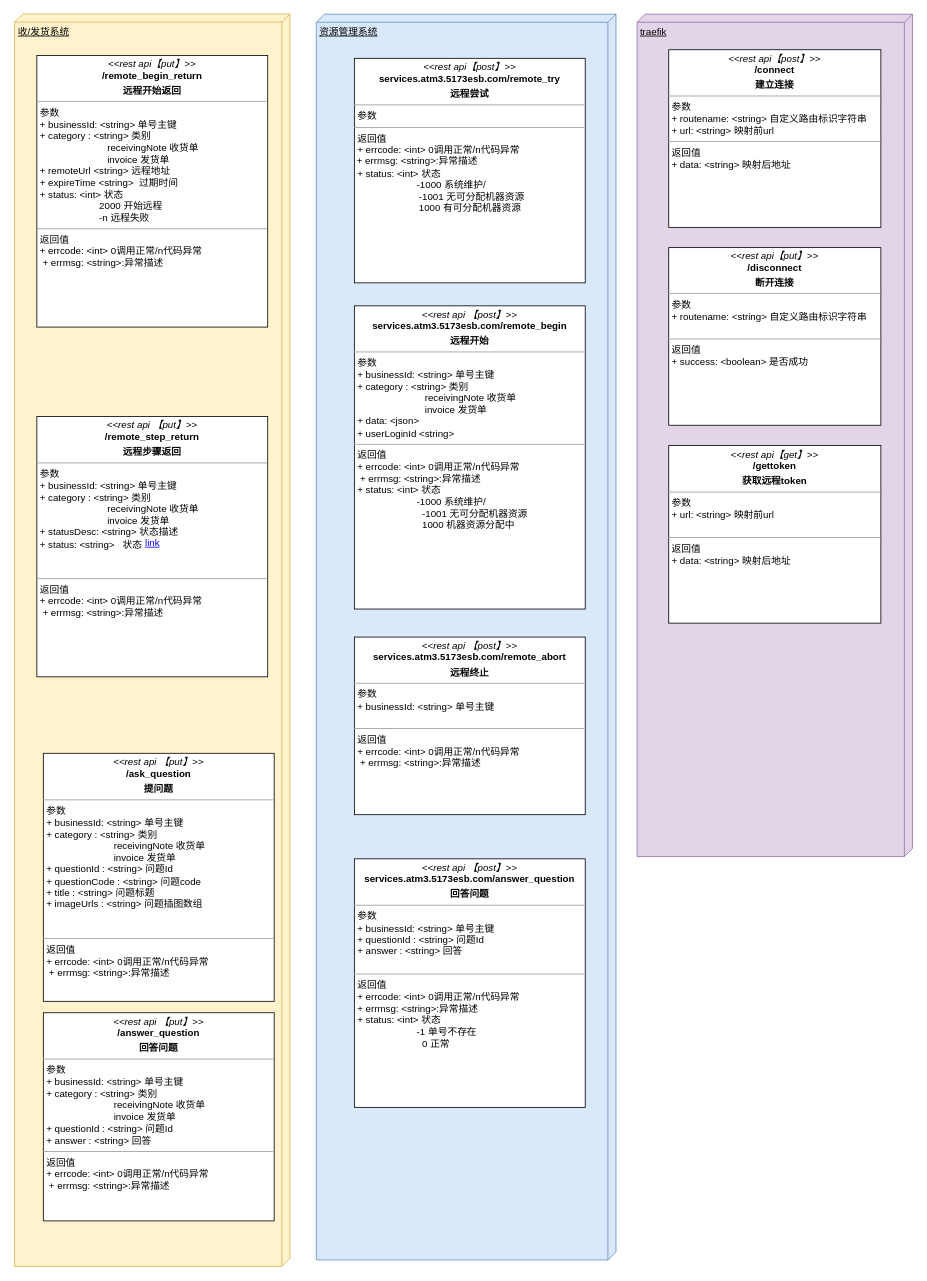
Before: 接口.drawio in yelisheng/atm-design, a draw.io diagram. Source tidied: cells renumbered, new cells numbered last; positions are measured from the earlier drawing's top-left corner, leaving out a move shared by most shapes. Both pictures are drawn from the tidied source at 81%, with x=0, y=0 at pixel (14, 14).
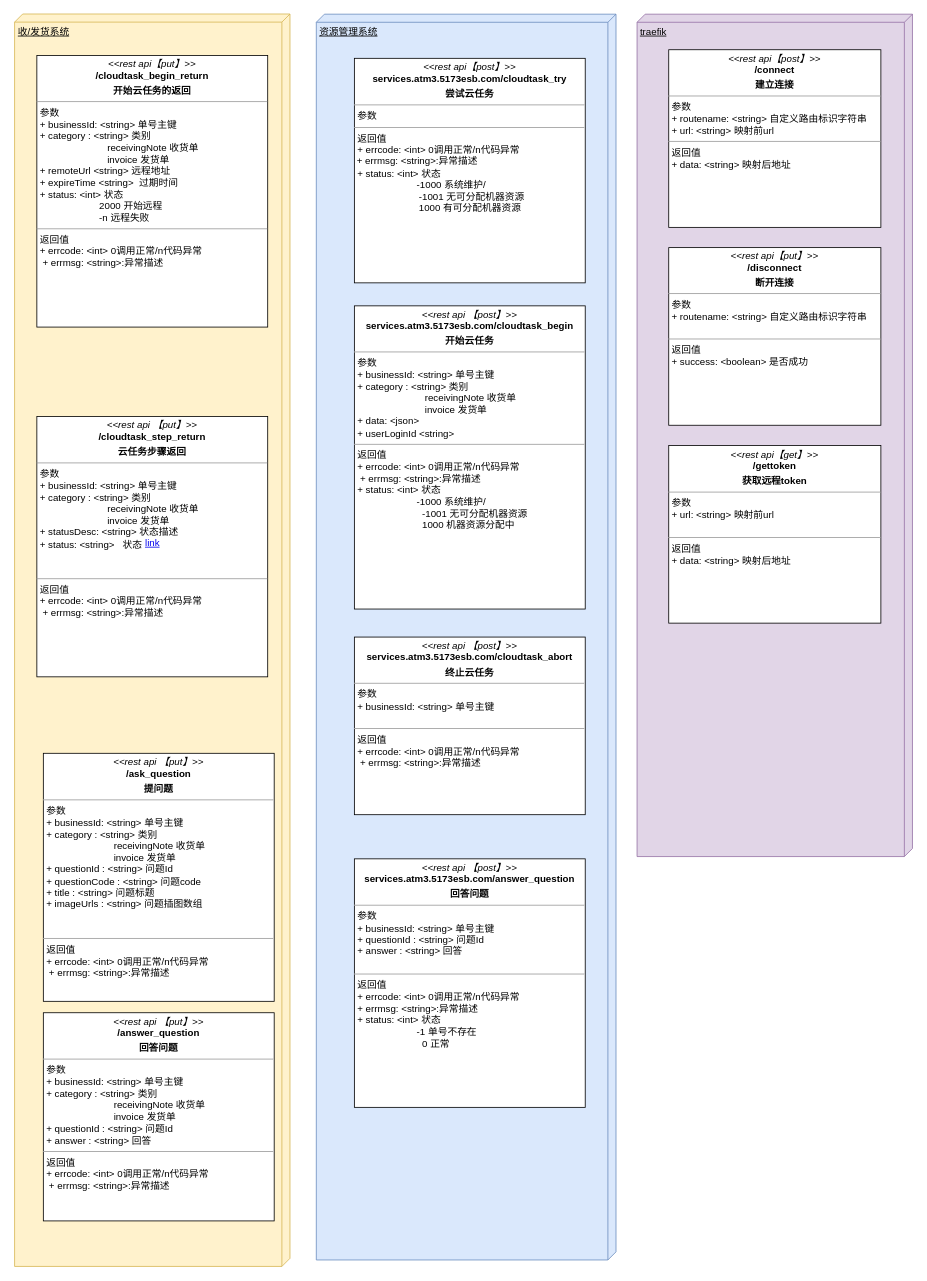
Above is the later version.

The change refers to these unchanged cells:
```xml
<mxCell id="6" style="group;" parent="1" vertex="1">
  <mxGeometry x="8" y="44" width="340" height="1496" as="geometry" />
</mxCell>
<mxCell id="12" style="group;" parent="1" vertex="1">
  <mxGeometry x="373" width="370" height="1540" as="geometry" />
</mxCell>
```

The edit, as a diff of the source:
```diff
@@
-    <mxCell id="7" value="&lt;p style=&quot;margin: 0px ; margin-top: 4px ; text-align: center&quot;&gt;&lt;i&gt;&amp;lt;&amp;lt;rest api【put】&amp;gt;&amp;gt;&lt;/i&gt;&lt;br&gt;&lt;b&gt;/remote_begin_return&lt;/b&gt;&lt;/p&gt;&lt;p style=&quot;margin: 0px ; margin-top: 4px ; text-align: center&quot;&gt;&lt;b&gt;远程开始返回&lt;/b&gt;&lt;/p&gt;&lt;hr size=&quot;1&quot;&gt;&lt;p style=&quot;margin: 0px ; margin-left: 4px&quot;&gt;参数&lt;/p&gt;&lt;p style=&quot;margin: 0px 0px 0px 4px&quot;&gt;+ businessId: &amp;lt;string&amp;gt; 单号主键&lt;/p&gt;&lt;p style=&quot;margin: 0px 0px 0px 4px&quot;&gt;+ category : &amp;lt;string&amp;gt; 类别&amp;nbsp;&lt;/p&gt;&lt;p style=&quot;margin: 0px 0px 0px 4px&quot;&gt;&amp;nbsp; &amp;nbsp; &amp;nbsp; &amp;nbsp; &amp;nbsp; &amp;nbsp; &amp;nbsp; &amp;nbsp; &amp;nbsp; &amp;nbsp; &amp;nbsp; &amp;nbsp; &amp;nbsp;receivingNote 收货单&lt;/p&gt;&lt;p style=&quot;margin: 0px 0px 0px 4px&quot;&gt;&amp;nbsp; &amp;nbsp; &amp;nbsp; &amp;nbsp; &amp;nbsp; &amp;nbsp; &amp;nbsp; &amp;nbsp; &amp;nbsp; &amp;nbsp; &amp;nbsp; &amp;nbsp; &amp;nbsp;invoice 发货单&lt;/p&gt;&lt;p style=&quot;margin: 0px 0px 0px 4px&quot;&gt;+ remoteUrl &amp;lt;string&amp;gt; 远程地址&lt;/p&gt;&lt;p style=&quot;margin: 0px 0px 0px 4px&quot;&gt;+ expireTime &amp;lt;string&amp;gt;&amp;nbsp; 过期时间&lt;/p&gt;&lt;p style=&quot;margin: 0px 0px 0px 4px&quot;&gt;+ status:&lt;span&gt;&amp;nbsp;&lt;/span&gt;&lt;span&gt;&amp;lt;int&amp;gt; 状态&amp;nbsp;&lt;/span&gt;&lt;/p&gt;&lt;p style=&quot;margin: 0px 0px 0px 4px&quot;&gt;&lt;span style=&quot;font-family: , , &amp;#34;pingfang sc&amp;#34; , &amp;#34;helvetica&amp;#34; , &amp;#34;tahoma&amp;#34; , &amp;#34;arial&amp;#34; , &amp;#34;hiragino sans gb&amp;#34; , &amp;#34;microsoft yahei&amp;#34; , &amp;#34;simsun&amp;#34; , &amp;#34;heiti&amp;#34; , sans-serif ; white-space: pre-wrap ; background-color: rgb(255 , 255 , 255)&quot;&gt;                      2000 开始远程&lt;/span&gt;&lt;span&gt;&lt;br&gt;&lt;/span&gt;&lt;/p&gt;&lt;p style=&quot;margin: 0px 0px 0px 4px&quot;&gt;&amp;nbsp; &amp;nbsp; &amp;nbsp; &amp;nbsp; &amp;nbsp; &amp;nbsp; &amp;nbsp; &amp;nbsp; &amp;nbsp; &amp;nbsp; &amp;nbsp; -n 远程失败&lt;/p&gt;&lt;hr size=&quot;1&quot;&gt;&lt;p style=&quot;margin: 0px ; margin-left: 4px&quot;&gt;返回值&lt;/p&gt;&lt;p style=&quot;margin: 0px 0px 0px 4px&quot;&gt;+ errcode: &amp;lt;int&amp;gt; 0调用正常/n代码异常&amp;nbsp;&lt;/p&gt;&lt;p style=&quot;margin: 0px ; margin-left: 4px&quot;&gt;&amp;nbsp;+&amp;nbsp;errmsg: &amp;lt;string&amp;gt;:异常描述&lt;br&gt;&lt;/p&gt;" style="verticalAlign=top;align=left;overflow=fill;fontSize=12;fontFamily=Helvetica;html=1;" parent="6" vertex="1">
+    <mxCell id="7" value="&lt;p style=&quot;margin: 0px ; margin-top: 4px ; text-align: center&quot;&gt;&lt;i&gt;&amp;lt;&amp;lt;rest api【put】&amp;gt;&amp;gt;&lt;/i&gt;&lt;br&gt;&lt;b&gt;/cloudtask_begin_return&lt;/b&gt;&lt;/p&gt;&lt;p style=&quot;margin: 0px ; margin-top: 4px ; text-align: center&quot;&gt;&lt;b&gt;开始云任务的返回&lt;/b&gt;&lt;/p&gt;&lt;hr size=&quot;1&quot;&gt;&lt;p style=&quot;margin: 0px ; margin-left: 4px&quot;&gt;参数&lt;/p&gt;&lt;p style=&quot;margin: 0px 0px 0px 4px&quot;&gt;+ businessId: &amp;lt;string&amp;gt; 单号主键&lt;/p&gt;&lt;p style=&quot;margin: 0px 0px 0px 4px&quot;&gt;+ category : &amp;lt;string&amp;gt; 类别&amp;nbsp;&lt;/p&gt;&lt;p style=&quot;margin: 0px 0px 0px 4px&quot;&gt;&amp;nbsp; &amp;nbsp; &amp;nbsp; &amp;nbsp; &amp;nbsp; &amp;nbsp; &amp;nbsp; &amp;nbsp; &amp;nbsp; &amp;nbsp; &amp;nbsp; &amp;nbsp; &amp;nbsp;receivingNote 收货单&lt;/p&gt;&lt;p style=&quot;margin: 0px 0px 0px 4px&quot;&gt;&amp;nbsp; &amp;nbsp; &amp;nbsp; &amp;nbsp; &amp;nbsp; &amp;nbsp; &amp;nbsp; &amp;nbsp; &amp;nbsp; &amp;nbsp; &amp;nbsp; &amp;nbsp; &amp;nbsp;invoice 发货单&lt;/p&gt;&lt;p style=&quot;margin: 0px 0px 0px 4px&quot;&gt;+ remoteUrl &amp;lt;string&amp;gt; 远程地址&lt;/p&gt;&lt;p style=&quot;margin: 0px 0px 0px 4px&quot;&gt;+ expireTime &amp;lt;string&amp;gt;&amp;nbsp; 过期时间&lt;/p&gt;&lt;p style=&quot;margin: 0px 0px 0px 4px&quot;&gt;+ status:&lt;span&gt;&amp;nbsp;&lt;/span&gt;&lt;span&gt;&amp;lt;int&amp;gt; 状态&amp;nbsp;&lt;/span&gt;&lt;/p&gt;&lt;p style=&quot;margin: 0px 0px 0px 4px&quot;&gt;&lt;span style=&quot;font-family: , , &amp;#34;pingfang sc&amp;#34; , &amp;#34;helvetica&amp;#34; , &amp;#34;tahoma&amp;#34; , &amp;#34;arial&amp;#34; , &amp;#34;hiragino sans gb&amp;#34; , &amp;#34;microsoft yahei&amp;#34; , &amp;#34;simsun&amp;#34; , &amp;#34;heiti&amp;#34; , sans-serif ; white-space: pre-wrap ; background-color: rgb(255 , 255 , 255)&quot;&gt;                      2000 开始远程&lt;/span&gt;&lt;span&gt;&lt;br&gt;&lt;/span&gt;&lt;/p&gt;&lt;p style=&quot;margin: 0px 0px 0px 4px&quot;&gt;&amp;nbsp; &amp;nbsp; &amp;nbsp; &amp;nbsp; &amp;nbsp; &amp;nbsp; &amp;nbsp; &amp;nbsp; &amp;nbsp; &amp;nbsp; &amp;nbsp; -n 远程失败&lt;/p&gt;&lt;hr size=&quot;1&quot;&gt;&lt;p style=&quot;margin: 0px ; margin-left: 4px&quot;&gt;返回值&lt;/p&gt;&lt;p style=&quot;margin: 0px 0px 0px 4px&quot;&gt;+ errcode: &amp;lt;int&amp;gt; 0调用正常/n代码异常&amp;nbsp;&lt;/p&gt;&lt;p style=&quot;margin: 0px ; margin-left: 4px&quot;&gt;&amp;nbsp;+&amp;nbsp;errmsg: &amp;lt;string&amp;gt;:异常描述&lt;br&gt;&lt;/p&gt;" style="verticalAlign=top;align=left;overflow=fill;fontSize=12;fontFamily=Helvetica;html=1;" parent="6" vertex="1">
       <mxGeometry x="20" y="7" width="285" height="335.3" as="geometry" />
     </mxCell>
-    <mxCell id="8" value="&lt;p style=&quot;margin: 0px ; margin-top: 4px ; text-align: center&quot;&gt;&lt;i&gt;&amp;lt;&amp;lt;rest api 【put】&amp;gt;&amp;gt;&lt;/i&gt;&lt;br&gt;&lt;b&gt;/remote_step_return&lt;/b&gt;&lt;/p&gt;&lt;p style=&quot;margin: 0px ; margin-top: 4px ; text-align: center&quot;&gt;&lt;b&gt;远程步骤返回&lt;/b&gt;&lt;/p&gt;&lt;hr size=&quot;1&quot;&gt;&lt;p style=&quot;margin: 0px ; margin-left: 4px&quot;&gt;参数&lt;/p&gt;&lt;p style=&quot;margin: 0px 0px 0px 4px&quot;&gt;+ businessId: &amp;lt;string&amp;gt; 单号主键&lt;/p&gt;&lt;p style=&quot;margin: 0px 0px 0px 4px&quot;&gt;+ category : &amp;lt;string&amp;gt; 类别&amp;nbsp;&lt;/p&gt;&lt;p style=&quot;margin: 0px 0px 0px 4px&quot;&gt;&amp;nbsp; &amp;nbsp; &amp;nbsp; &amp;nbsp; &amp;nbsp; &amp;nbsp; &amp;nbsp; &amp;nbsp; &amp;nbsp; &amp;nbsp; &amp;nbsp; &amp;nbsp; &amp;nbsp;receivingNote 收货单&lt;/p&gt;&lt;p style=&quot;margin: 0px 0px 0px 4px&quot;&gt;&amp;nbsp; &amp;nbsp; &amp;nbsp; &amp;nbsp; &amp;nbsp; &amp;nbsp; &amp;nbsp; &amp;nbsp; &amp;nbsp; &amp;nbsp; &amp;nbsp; &amp;nbsp; &amp;nbsp;invoice 发货单&lt;/p&gt;&lt;p style=&quot;margin: 0px 0px 0px 4px&quot;&gt;+ statusDesc: &amp;lt;string&amp;gt; 状态描述&lt;/p&gt;&lt;p style=&quot;margin: 0px 0px 0px 4px&quot;&gt;+ status: &amp;lt;string&amp;gt;&amp;nbsp; &amp;nbsp;状态&lt;/p&gt;&lt;p style=&quot;margin: 0px 0px 0px 4px&quot;&gt;&amp;nbsp; &amp;nbsp; &amp;nbsp; &amp;nbsp; &amp;nbsp; &amp;nbsp; &amp;nbsp; &amp;nbsp;&lt;/p&gt;&lt;p style=&quot;margin: 0px 0px 0px 4px&quot;&gt;&amp;nbsp; &amp;nbsp; &amp;nbsp; &amp;nbsp; &amp;nbsp; &amp;nbsp; &amp;nbsp; &amp;nbsp;&lt;/p&gt;&lt;hr size=&quot;1&quot;&gt;&lt;p style=&quot;margin: 0px ; margin-left: 4px&quot;&gt;返回值&lt;/p&gt;&lt;p style=&quot;margin: 0px 0px 0px 4px&quot;&gt;+ errcode: &amp;lt;int&amp;gt; 0调用正常/n代码异常&amp;nbsp;&lt;/p&gt;&lt;p style=&quot;margin: 0px 0px 0px 4px&quot;&gt;&amp;nbsp;+&amp;nbsp;errmsg: &amp;lt;string&amp;gt;:异常描述&lt;/p&gt;" style="verticalAlign=top;align=left;overflow=fill;fontSize=12;fontFamily=Helvetica;html=1;" parent="6" vertex="1">
+    <mxCell id="8" value="&lt;p style=&quot;margin: 0px ; margin-top: 4px ; text-align: center&quot;&gt;&lt;i&gt;&amp;lt;&amp;lt;rest api 【put】&amp;gt;&amp;gt;&lt;/i&gt;&lt;br&gt;&lt;b&gt;/cloudtask_step_return&lt;/b&gt;&lt;/p&gt;&lt;p style=&quot;margin: 0px ; margin-top: 4px ; text-align: center&quot;&gt;&lt;b&gt;云任务步骤返回&lt;/b&gt;&lt;/p&gt;&lt;hr size=&quot;1&quot;&gt;&lt;p style=&quot;margin: 0px ; margin-left: 4px&quot;&gt;参数&lt;/p&gt;&lt;p style=&quot;margin: 0px 0px 0px 4px&quot;&gt;+ businessId: &amp;lt;string&amp;gt; 单号主键&lt;/p&gt;&lt;p style=&quot;margin: 0px 0px 0px 4px&quot;&gt;+ category : &amp;lt;string&amp;gt; 类别&amp;nbsp;&lt;/p&gt;&lt;p style=&quot;margin: 0px 0px 0px 4px&quot;&gt;&amp;nbsp; &amp;nbsp; &amp;nbsp; &amp;nbsp; &amp;nbsp; &amp;nbsp; &amp;nbsp; &amp;nbsp; &amp;nbsp; &amp;nbsp; &amp;nbsp; &amp;nbsp; &amp;nbsp;receivingNote 收货单&lt;/p&gt;&lt;p style=&quot;margin: 0px 0px 0px 4px&quot;&gt;&amp;nbsp; &amp;nbsp; &amp;nbsp; &amp;nbsp; &amp;nbsp; &amp;nbsp; &amp;nbsp; &amp;nbsp; &amp;nbsp; &amp;nbsp; &amp;nbsp; &amp;nbsp; &amp;nbsp;invoice 发货单&lt;/p&gt;&lt;p style=&quot;margin: 0px 0px 0px 4px&quot;&gt;+ statusDesc: &amp;lt;string&amp;gt; 状态描述&lt;/p&gt;&lt;p style=&quot;margin: 0px 0px 0px 4px&quot;&gt;+ status: &amp;lt;string&amp;gt;&amp;nbsp; &amp;nbsp;状态&lt;/p&gt;&lt;p style=&quot;margin: 0px 0px 0px 4px&quot;&gt;&amp;nbsp; &amp;nbsp; &amp;nbsp; &amp;nbsp; &amp;nbsp; &amp;nbsp; &amp;nbsp; &amp;nbsp;&lt;/p&gt;&lt;p style=&quot;margin: 0px 0px 0px 4px&quot;&gt;&amp;nbsp; &amp;nbsp; &amp;nbsp; &amp;nbsp; &amp;nbsp; &amp;nbsp; &amp;nbsp; &amp;nbsp;&lt;/p&gt;&lt;hr size=&quot;1&quot;&gt;&lt;p style=&quot;margin: 0px ; margin-left: 4px&quot;&gt;返回值&lt;/p&gt;&lt;p style=&quot;margin: 0px 0px 0px 4px&quot;&gt;+ errcode: &amp;lt;int&amp;gt; 0调用正常/n代码异常&amp;nbsp;&lt;/p&gt;&lt;p style=&quot;margin: 0px 0px 0px 4px&quot;&gt;&amp;nbsp;+&amp;nbsp;errmsg: &amp;lt;string&amp;gt;:异常描述&lt;/p&gt;" style="verticalAlign=top;align=left;overflow=fill;fontSize=12;fontFamily=Helvetica;html=1;" parent="6" vertex="1">
       <mxGeometry x="20" y="452.8" width="285" height="321.3" as="geometry" />
     </mxCell>
@@
-    <mxCell id="14" value="&lt;p style=&quot;margin: 0px ; margin-top: 4px ; text-align: center&quot;&gt;&lt;i&gt;&amp;lt;&amp;lt;rest api【post】&amp;gt;&amp;gt;&lt;/i&gt;&lt;br&gt;&lt;b&gt;services.atm3.5173esb.com/remote_try&lt;/b&gt;&lt;/p&gt;&lt;p style=&quot;margin: 0px ; margin-top: 4px ; text-align: center&quot;&gt;&lt;b&gt;远程尝试&lt;/b&gt;&lt;/p&gt;&lt;hr size=&quot;1&quot;&gt;&lt;p style=&quot;margin: 0px ; margin-left: 4px&quot;&gt;参数&lt;/p&gt;&lt;hr size=&quot;1&quot;&gt;&lt;p style=&quot;margin: 0px ; margin-left: 4px&quot;&gt;返回值&lt;/p&gt;&lt;p style=&quot;margin: 0px ; margin-left: 4px&quot;&gt;+ errcode: &amp;lt;int&amp;gt; 0调用正常/n代码异常&amp;nbsp;&lt;/p&gt;&amp;nbsp;+&amp;nbsp;&lt;span&gt;errmsg: &amp;lt;string&amp;gt;:异常描述&lt;/span&gt;&lt;br&gt;&lt;p style=&quot;margin: 0px ; margin-left: 4px&quot;&gt;+ status: &amp;lt;int&amp;gt; 状态&amp;nbsp;&lt;/p&gt;&lt;p style=&quot;margin: 0px ; margin-left: 4px&quot;&gt;&amp;nbsp; &amp;nbsp; &amp;nbsp; &amp;nbsp; &amp;nbsp; &amp;nbsp; &amp;nbsp; &amp;nbsp; &amp;nbsp; &amp;nbsp; &amp;nbsp; -1000 系统维护/&lt;/p&gt;&amp;nbsp; &amp;nbsp; &amp;nbsp; &amp;nbsp; &amp;nbsp; &amp;nbsp; &amp;nbsp; &amp;nbsp; &amp;nbsp; &amp;nbsp; &amp;nbsp; &amp;nbsp; -1001 无可分配机器资源&lt;br&gt;&amp;nbsp; &amp;nbsp; &amp;nbsp; &amp;nbsp; &amp;nbsp; &amp;nbsp; &amp;nbsp; &amp;nbsp; &amp;nbsp; &amp;nbsp; &amp;nbsp; &amp;nbsp; 1000 有可分配机器资源&lt;br&gt;&lt;p style=&quot;margin: 0px ; margin-left: 4px&quot;&gt;&amp;nbsp;&amp;nbsp;&lt;/p&gt;" style="verticalAlign=top;align=left;overflow=fill;fontSize=12;fontFamily=Helvetica;html=1;" parent="12" vertex="1">
+    <mxCell id="14" value="&lt;p style=&quot;margin: 0px ; margin-top: 4px ; text-align: center&quot;&gt;&lt;i&gt;&amp;lt;&amp;lt;rest api【post】&amp;gt;&amp;gt;&lt;/i&gt;&lt;br&gt;&lt;b&gt;services.atm3.5173esb.com/cloudtask_try&lt;/b&gt;&lt;/p&gt;&lt;p style=&quot;margin: 0px ; margin-top: 4px ; text-align: center&quot;&gt;&lt;b&gt;尝试云任务&lt;/b&gt;&lt;/p&gt;&lt;hr size=&quot;1&quot;&gt;&lt;p style=&quot;margin: 0px ; margin-left: 4px&quot;&gt;参数&lt;/p&gt;&lt;hr size=&quot;1&quot;&gt;&lt;p style=&quot;margin: 0px ; margin-left: 4px&quot;&gt;返回值&lt;/p&gt;&lt;p style=&quot;margin: 0px ; margin-left: 4px&quot;&gt;+ errcode: &amp;lt;int&amp;gt; 0调用正常/n代码异常&amp;nbsp;&lt;/p&gt;&amp;nbsp;+&amp;nbsp;&lt;span&gt;errmsg: &amp;lt;string&amp;gt;:异常描述&lt;/span&gt;&lt;br&gt;&lt;p style=&quot;margin: 0px ; margin-left: 4px&quot;&gt;+ status: &amp;lt;int&amp;gt; 状态&amp;nbsp;&lt;/p&gt;&lt;p style=&quot;margin: 0px ; margin-left: 4px&quot;&gt;&amp;nbsp; &amp;nbsp; &amp;nbsp; &amp;nbsp; &amp;nbsp; &amp;nbsp; &amp;nbsp; &amp;nbsp; &amp;nbsp; &amp;nbsp; &amp;nbsp; -1000 系统维护/&lt;/p&gt;&amp;nbsp; &amp;nbsp; &amp;nbsp; &amp;nbsp; &amp;nbsp; &amp;nbsp; &amp;nbsp; &amp;nbsp; &amp;nbsp; &amp;nbsp; &amp;nbsp; &amp;nbsp; -1001 无可分配机器资源&lt;br&gt;&amp;nbsp; &amp;nbsp; &amp;nbsp; &amp;nbsp; &amp;nbsp; &amp;nbsp; &amp;nbsp; &amp;nbsp; &amp;nbsp; &amp;nbsp; &amp;nbsp; &amp;nbsp; 1000 有可分配机器资源&lt;br&gt;&lt;p style=&quot;margin: 0px ; margin-left: 4px&quot;&gt;&amp;nbsp;&amp;nbsp;&lt;/p&gt;" style="verticalAlign=top;align=left;overflow=fill;fontSize=12;fontFamily=Helvetica;html=1;" parent="12" vertex="1">
       <mxGeometry x="47" y="54.5" width="285" height="277.2" as="geometry" />
     </mxCell>
-    <mxCell id="15" value="&lt;p style=&quot;margin: 0px ; margin-top: 4px ; text-align: center&quot;&gt;&lt;i&gt;&amp;lt;&amp;lt;rest api 【post】&amp;gt;&amp;gt;&lt;/i&gt;&lt;br&gt;&lt;b&gt;services.atm3.5173esb.com/remote_begin&lt;/b&gt;&lt;/p&gt;&lt;p style=&quot;margin: 0px ; margin-top: 4px ; text-align: center&quot;&gt;&lt;b&gt;远程开始&lt;/b&gt;&lt;/p&gt;&lt;hr size=&quot;1&quot;&gt;&lt;p style=&quot;margin: 0px ; margin-left: 4px&quot;&gt;参数&lt;/p&gt;&lt;p style=&quot;margin: 0px ; margin-left: 4px&quot;&gt;+ businessId: &amp;lt;string&amp;gt; 单号主键&lt;/p&gt;&lt;p style=&quot;margin: 0px ; margin-left: 4px&quot;&gt;+ category : &amp;lt;string&amp;gt; 类别&amp;nbsp;&lt;/p&gt;&lt;p style=&quot;margin: 0px ; margin-left: 4px&quot;&gt;&amp;nbsp; &amp;nbsp; &amp;nbsp; &amp;nbsp; &amp;nbsp; &amp;nbsp; &amp;nbsp; &amp;nbsp; &amp;nbsp; &amp;nbsp; &amp;nbsp; &amp;nbsp; &amp;nbsp;receivingNote 收货单&lt;/p&gt;&lt;p style=&quot;margin: 0px ; margin-left: 4px&quot;&gt;&amp;nbsp; &amp;nbsp; &amp;nbsp; &amp;nbsp; &amp;nbsp; &amp;nbsp; &amp;nbsp; &amp;nbsp; &amp;nbsp; &amp;nbsp; &amp;nbsp; &amp;nbsp; &amp;nbsp;invoice 发货单&lt;br&gt;+ data: &amp;lt;json&amp;gt;&lt;/p&gt;&lt;p style=&quot;margin: 0px ; margin-left: 4px&quot;&gt;+ userLoginId &amp;lt;string&amp;gt;&lt;/p&gt;&lt;hr size=&quot;1&quot;&gt;&lt;p style=&quot;margin: 0px ; margin-left: 4px&quot;&gt;返回值&lt;/p&gt;&lt;p style=&quot;margin: 0px 0px 0px 4px&quot;&gt;+ errcode: &amp;lt;int&amp;gt; 0调用正常/n代码异常&amp;nbsp;&lt;/p&gt;&lt;p style=&quot;margin: 0px ; margin-left: 4px&quot;&gt;&amp;nbsp;+&amp;nbsp;errmsg: &amp;lt;string&amp;gt;:异常描述&lt;br&gt;&lt;/p&gt;&lt;p style=&quot;margin: 0px 0px 0px 4px&quot;&gt;+ status: &amp;lt;int&amp;gt; 状态&amp;nbsp;&lt;/p&gt;&lt;p style=&quot;margin: 0px 0px 0px 4px&quot;&gt;&amp;nbsp; &amp;nbsp; &amp;nbsp; &amp;nbsp; &amp;nbsp; &amp;nbsp; &amp;nbsp; &amp;nbsp; &amp;nbsp; &amp;nbsp; &amp;nbsp; -1000 系统维护/&lt;/p&gt;&lt;p style=&quot;margin: 0px ; margin-left: 4px&quot;&gt;&amp;nbsp; &amp;nbsp; &amp;nbsp; &amp;nbsp; &amp;nbsp; &amp;nbsp; &amp;nbsp; &amp;nbsp; &amp;nbsp; &amp;nbsp; &amp;nbsp; &amp;nbsp; -1001 无可分配机器资源&lt;br&gt;&amp;nbsp; &amp;nbsp; &amp;nbsp; &amp;nbsp; &amp;nbsp; &amp;nbsp; &amp;nbsp; &amp;nbsp; &amp;nbsp; &amp;nbsp; &amp;nbsp; &amp;nbsp; 1000 机器资源分配中&lt;br&gt;&lt;/p&gt;" style="verticalAlign=top;align=left;overflow=fill;fontSize=12;fontFamily=Helvetica;html=1;" parent="12" vertex="1">
+    <mxCell id="15" value="&lt;p style=&quot;margin: 0px ; margin-top: 4px ; text-align: center&quot;&gt;&lt;i&gt;&amp;lt;&amp;lt;rest api 【post】&amp;gt;&amp;gt;&lt;/i&gt;&lt;br&gt;&lt;b&gt;services.atm3.5173esb.com/cloudtask_begin&lt;/b&gt;&lt;/p&gt;&lt;p style=&quot;margin: 0px ; margin-top: 4px ; text-align: center&quot;&gt;&lt;b&gt;开始云任务&lt;/b&gt;&lt;/p&gt;&lt;hr size=&quot;1&quot;&gt;&lt;p style=&quot;margin: 0px ; margin-left: 4px&quot;&gt;参数&lt;/p&gt;&lt;p style=&quot;margin: 0px ; margin-left: 4px&quot;&gt;+ businessId: &amp;lt;string&amp;gt; 单号主键&lt;/p&gt;&lt;p style=&quot;margin: 0px ; margin-left: 4px&quot;&gt;+ category : &amp;lt;string&amp;gt; 类别&amp;nbsp;&lt;/p&gt;&lt;p style=&quot;margin: 0px ; margin-left: 4px&quot;&gt;&amp;nbsp; &amp;nbsp; &amp;nbsp; &amp;nbsp; &amp;nbsp; &amp;nbsp; &amp;nbsp; &amp;nbsp; &amp;nbsp; &amp;nbsp; &amp;nbsp; &amp;nbsp; &amp;nbsp;receivingNote 收货单&lt;/p&gt;&lt;p style=&quot;margin: 0px ; margin-left: 4px&quot;&gt;&amp;nbsp; &amp;nbsp; &amp;nbsp; &amp;nbsp; &amp;nbsp; &amp;nbsp; &amp;nbsp; &amp;nbsp; &amp;nbsp; &amp;nbsp; &amp;nbsp; &amp;nbsp; &amp;nbsp;invoice 发货单&lt;br&gt;+ data: &amp;lt;json&amp;gt;&lt;/p&gt;&lt;p style=&quot;margin: 0px ; margin-left: 4px&quot;&gt;+ userLoginId &amp;lt;string&amp;gt;&lt;/p&gt;&lt;hr size=&quot;1&quot;&gt;&lt;p style=&quot;margin: 0px ; margin-left: 4px&quot;&gt;返回值&lt;/p&gt;&lt;p style=&quot;margin: 0px 0px 0px 4px&quot;&gt;+ errcode: &amp;lt;int&amp;gt; 0调用正常/n代码异常&amp;nbsp;&lt;/p&gt;&lt;p style=&quot;margin: 0px ; margin-left: 4px&quot;&gt;&amp;nbsp;+&amp;nbsp;errmsg: &amp;lt;string&amp;gt;:异常描述&lt;br&gt;&lt;/p&gt;&lt;p style=&quot;margin: 0px 0px 0px 4px&quot;&gt;+ status: &amp;lt;int&amp;gt; 状态&amp;nbsp;&lt;/p&gt;&lt;p style=&quot;margin: 0px 0px 0px 4px&quot;&gt;&amp;nbsp; &amp;nbsp; &amp;nbsp; &amp;nbsp; &amp;nbsp; &amp;nbsp; &amp;nbsp; &amp;nbsp; &amp;nbsp; &amp;nbsp; &amp;nbsp; -1000 系统维护/&lt;/p&gt;&lt;p style=&quot;margin: 0px ; margin-left: 4px&quot;&gt;&amp;nbsp; &amp;nbsp; &amp;nbsp; &amp;nbsp; &amp;nbsp; &amp;nbsp; &amp;nbsp; &amp;nbsp; &amp;nbsp; &amp;nbsp; &amp;nbsp; &amp;nbsp; -1001 无可分配机器资源&lt;br&gt;&amp;nbsp; &amp;nbsp; &amp;nbsp; &amp;nbsp; &amp;nbsp; &amp;nbsp; &amp;nbsp; &amp;nbsp; &amp;nbsp; &amp;nbsp; &amp;nbsp; &amp;nbsp; 1000 机器资源分配中&lt;br&gt;&lt;/p&gt;" style="verticalAlign=top;align=left;overflow=fill;fontSize=12;fontFamily=Helvetica;html=1;" parent="12" vertex="1">
       <mxGeometry x="47" y="360.1" width="285" height="374.3" as="geometry" />
     </mxCell>
-    <mxCell id="16" value="&lt;p style=&quot;margin: 0px ; margin-top: 4px ; text-align: center&quot;&gt;&lt;i&gt;&amp;lt;&amp;lt;rest api 【post】&amp;gt;&amp;gt;&lt;/i&gt;&lt;br&gt;&lt;b&gt;services.atm3.5173esb.com/remote_abort&lt;/b&gt;&lt;/p&gt;&lt;p style=&quot;margin: 0px ; margin-top: 4px ; text-align: center&quot;&gt;&lt;b&gt;远程终止&lt;/b&gt;&lt;/p&gt;&lt;hr size=&quot;1&quot;&gt;&lt;p style=&quot;margin: 0px ; margin-left: 4px&quot;&gt;参数&lt;/p&gt;&lt;p style=&quot;margin: 0px 0px 0px 4px&quot;&gt;+ businessId: &amp;lt;string&amp;gt; 单号主键&lt;/p&gt;&lt;p style=&quot;margin: 0px 0px 0px 4px&quot;&gt;&lt;br&gt;&lt;/p&gt;&lt;hr size=&quot;1&quot;&gt;&lt;p style=&quot;margin: 0px ; margin-left: 4px&quot;&gt;返回值&lt;/p&gt;&lt;p style=&quot;margin: 0px 0px 0px 4px&quot;&gt;+ errcode: &amp;lt;int&amp;gt; 0调用正常/n代码异常&amp;nbsp;&lt;/p&gt;&lt;p style=&quot;margin: 0px 0px 0px 4px&quot;&gt;&amp;nbsp;+&amp;nbsp;errmsg: &amp;lt;string&amp;gt;:异常描述&lt;/p&gt;" style="verticalAlign=top;align=left;overflow=fill;fontSize=12;fontFamily=Helvetica;html=1;" parent="12" vertex="1">
+    <mxCell id="16" value="&lt;p style=&quot;margin: 0px ; margin-top: 4px ; text-align: center&quot;&gt;&lt;i&gt;&amp;lt;&amp;lt;rest api 【post】&amp;gt;&amp;gt;&lt;/i&gt;&lt;br&gt;&lt;b&gt;services.atm3.5173esb.com/cloudtask_abort&lt;/b&gt;&lt;/p&gt;&lt;p style=&quot;margin: 0px ; margin-top: 4px ; text-align: center&quot;&gt;&lt;b&gt;终止云任务&lt;/b&gt;&lt;/p&gt;&lt;hr size=&quot;1&quot;&gt;&lt;p style=&quot;margin: 0px ; margin-left: 4px&quot;&gt;参数&lt;/p&gt;&lt;p style=&quot;margin: 0px 0px 0px 4px&quot;&gt;+ businessId: &amp;lt;string&amp;gt; 单号主键&lt;/p&gt;&lt;p style=&quot;margin: 0px 0px 0px 4px&quot;&gt;&lt;br&gt;&lt;/p&gt;&lt;hr size=&quot;1&quot;&gt;&lt;p style=&quot;margin: 0px ; margin-left: 4px&quot;&gt;返回值&lt;/p&gt;&lt;p style=&quot;margin: 0px 0px 0px 4px&quot;&gt;+ errcode: &amp;lt;int&amp;gt; 0调用正常/n代码异常&amp;nbsp;&lt;/p&gt;&lt;p style=&quot;margin: 0px 0px 0px 4px&quot;&gt;&amp;nbsp;+&amp;nbsp;errmsg: &amp;lt;string&amp;gt;:异常描述&lt;/p&gt;" style="verticalAlign=top;align=left;overflow=fill;fontSize=12;fontFamily=Helvetica;html=1;" parent="12" vertex="1">
       <mxGeometry x="47" y="769" width="285" height="219.3" as="geometry" />
     </mxCell>
```
